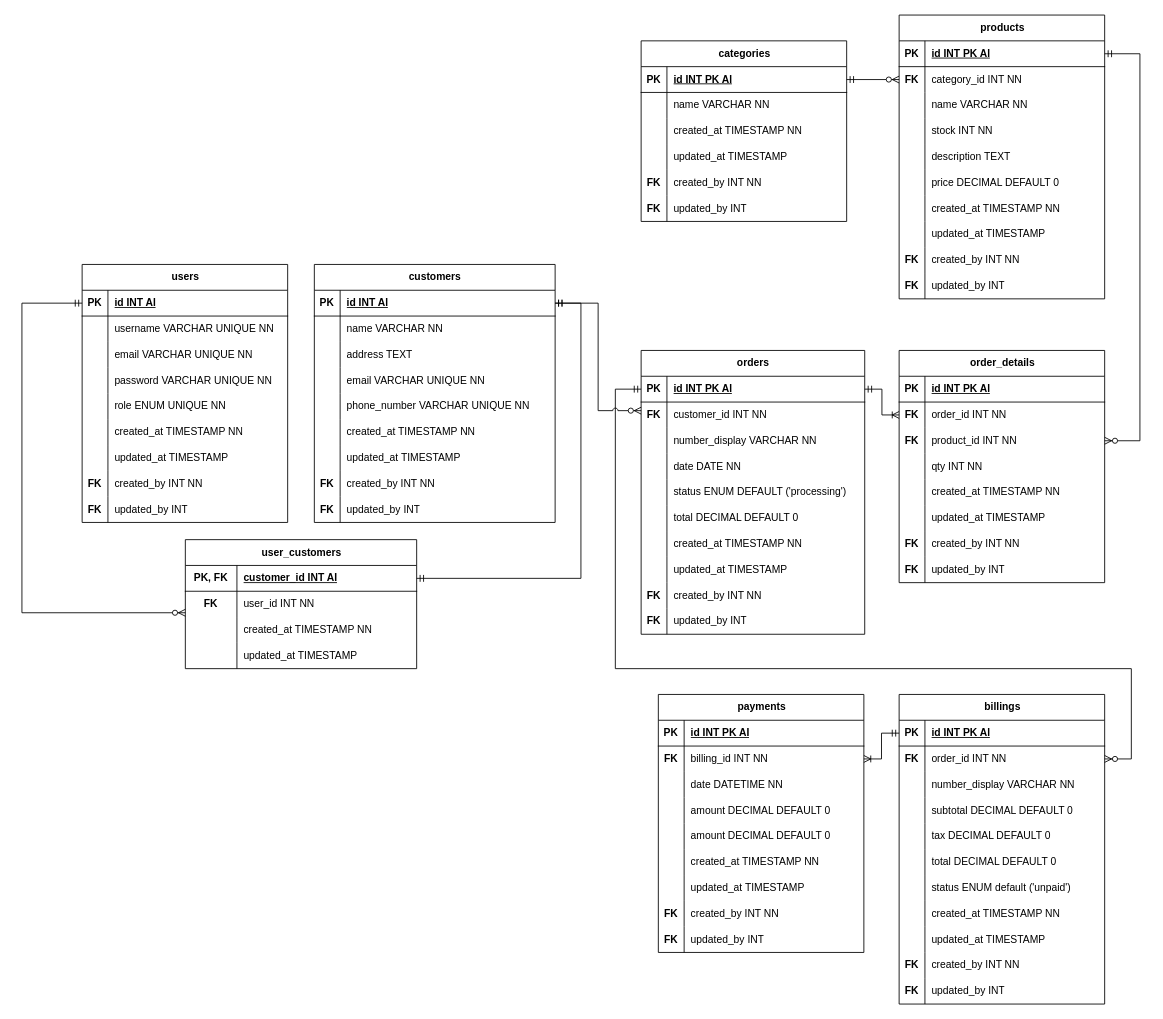
embapge/hacktiv8_p1_pair_project keeps this draw.io diagram as ERD.drawio. Above is the earlier version. Source tidied: cells renumbered, new cells numbered last; positions are measured from the earlier drawing's top-left corner, leaving out a move shared by most shapes. Both pictures are drawn from the tidied source at 86%, with x=0, y=0 at pixel (22, 15).
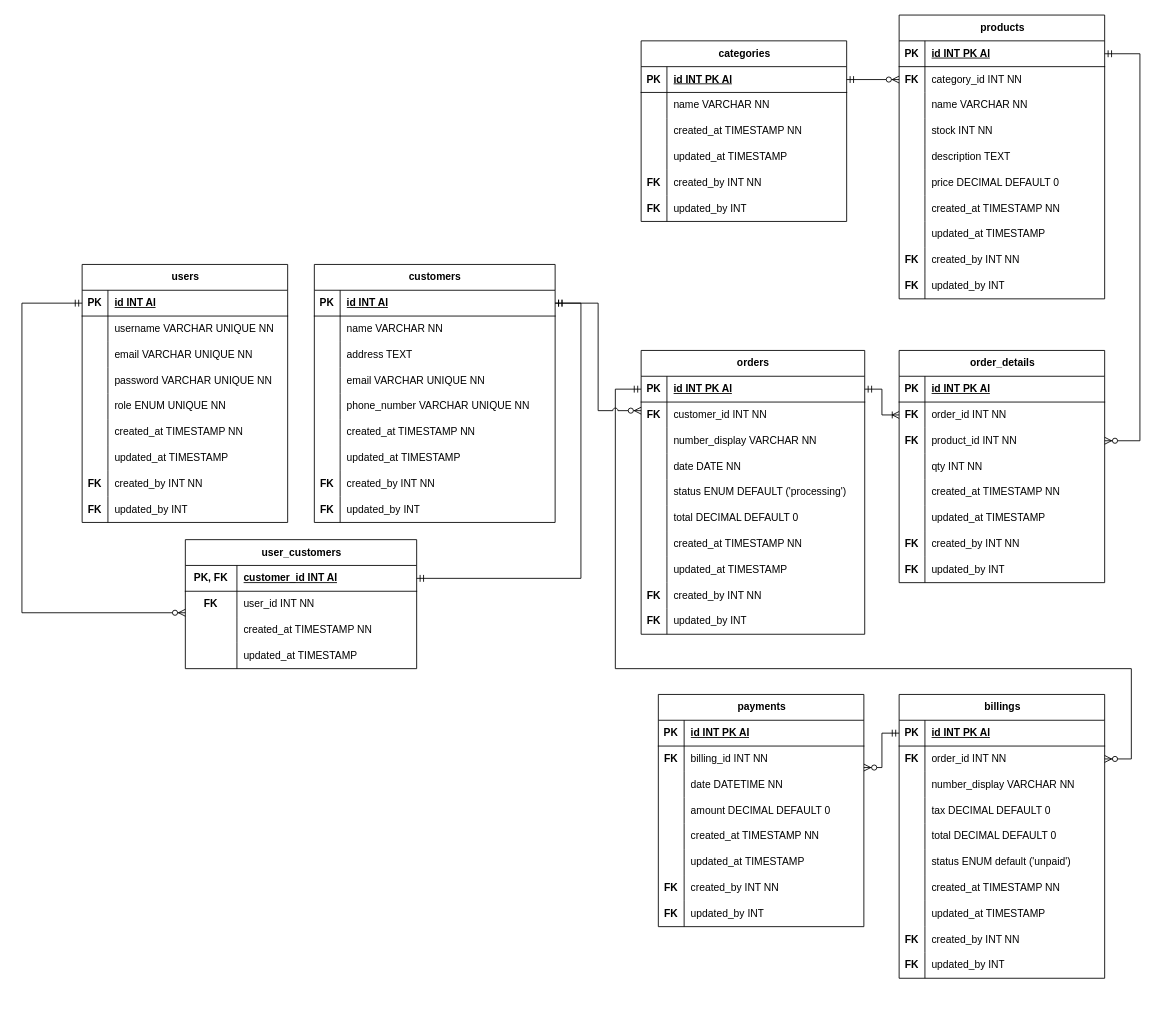
Above is the later version.

The change refers to these unchanged cells:
```xml
<mxCell id="178" style="shape=tableRow;horizontal=0;startSize=0;swimlaneHead=0;swimlaneBody=0;fillColor=none;points=[[0,0.5],[1,0.5]];portConstraint=eastwest;top=0;left=0;right=0;bottom=1;" parent="177" vertex="1">
  <mxGeometry y="30" width="239" height="30" as="geometry" />
</mxCell>
<mxCell id="215" style="shape=tableRow;horizontal=0;startSize=0;swimlaneHead=0;swimlaneBody=0;fillColor=none;points=[[0,0.5],[1,0.5]];portConstraint=eastwest;top=0;left=0;right=0;bottom=0;" parent="211" vertex="1">
  <mxGeometry y="60" width="239" height="30" as="geometry" />
</mxCell>
```

The edit, as a diff of the source:
```diff
@@
     <mxCell id="177" value="billings" style="shape=table;startSize=30;childLayout=tableLayout;rowLines=0;fontStyle=1;align=center;html=1;" parent="1" vertex="1">
-      <mxGeometry x="1020" y="790" width="239" height="360" as="geometry" />
+      <mxGeometry x="1020" y="790" width="239" height="330" as="geometry" />
     </mxCell>
@@
-    <mxCell id="187" style="shape=tableRow;horizontal=0;startSize=0;swimlaneHead=0;swimlaneBody=0;fillColor=none;top=0;left=0;right=0;bottom=0;" parent="177" vertex="1">
-      <mxGeometry y="120" width="239" height="30" as="geometry" />
-    </mxCell>
-    <mxCell id="188" style="shape=partialRectangle;fillColor=none;top=0;left=0;bottom=0;right=0;overflow=hidden;whiteSpace=wrap;html=1;" parent="187" vertex="1">
-      <mxGeometry width="30" height="30" as="geometry" />
-    </mxCell>
-    <mxCell id="189" value="subtotal DECIMAL DEFAULT 0" style="shape=partialRectangle;fillColor=none;top=0;left=0;bottom=0;right=0;align=left;spacingLeft=6;overflow=hidden;whiteSpace=wrap;html=1;" parent="187" vertex="1">
-      <mxGeometry x="30" width="209" height="30" as="geometry" />
-    </mxCell>
     <mxCell id="190" style="shape=tableRow;horizontal=0;startSize=0;swimlaneHead=0;swimlaneBody=0;fillColor=none;top=0;left=0;right=0;bottom=0;" parent="177" vertex="1">
-      <mxGeometry y="150" width="239" height="30" as="geometry" />
+      <mxGeometry y="120" width="239" height="30" as="geometry" />
     </mxCell>
@@
     <mxCell id="193" style="shape=tableRow;horizontal=0;startSize=0;swimlaneHead=0;swimlaneBody=0;fillColor=none;top=0;left=0;right=0;bottom=0;" parent="177" vertex="1">
-      <mxGeometry y="180" width="239" height="30" as="geometry" />
+      <mxGeometry y="150" width="239" height="30" as="geometry" />
     </mxCell>
@@
     <mxCell id="196" style="shape=tableRow;horizontal=0;startSize=0;swimlaneHead=0;swimlaneBody=0;fillColor=none;top=0;left=0;right=0;bottom=0;" parent="177" vertex="1">
-      <mxGeometry y="210" width="239" height="30" as="geometry" />
+      <mxGeometry y="180" width="239" height="30" as="geometry" />
     </mxCell>
@@
     <mxCell id="199" style="shape=tableRow;horizontal=0;startSize=0;swimlaneHead=0;swimlaneBody=0;fillColor=none;top=0;left=0;right=0;bottom=0;" parent="177" vertex="1">
-      <mxGeometry y="240" width="239" height="30" as="geometry" />
+      <mxGeometry y="210" width="239" height="30" as="geometry" />
     </mxCell>
@@
     <mxCell id="202" style="shape=tableRow;horizontal=0;startSize=0;swimlaneHead=0;swimlaneBody=0;fillColor=none;top=0;left=0;right=0;bottom=0;" parent="177" vertex="1">
-      <mxGeometry y="270" width="239" height="30" as="geometry" />
+      <mxGeometry y="240" width="239" height="30" as="geometry" />
     </mxCell>
@@
     <mxCell id="205" style="shape=tableRow;horizontal=0;startSize=0;swimlaneHead=0;swimlaneBody=0;fillColor=none;top=0;left=0;right=0;bottom=0;" parent="177" vertex="1">
-      <mxGeometry y="300" width="239" height="30" as="geometry" />
+      <mxGeometry y="270" width="239" height="30" as="geometry" />
     </mxCell>
@@
     <mxCell id="208" style="shape=tableRow;horizontal=0;startSize=0;swimlaneHead=0;swimlaneBody=0;fillColor=none;top=0;left=0;right=0;bottom=0;" parent="177" vertex="1">
-      <mxGeometry y="330" width="239" height="30" as="geometry" />
+      <mxGeometry y="300" width="239" height="30" as="geometry" />
     </mxCell>
@@
     <mxCell id="211" value="payments" style="shape=table;startSize=30;childLayout=tableLayout;rowLines=0;fontStyle=1;align=center;html=1;" parent="1" vertex="1">
-      <mxGeometry x="740" y="790" width="239" height="300" as="geometry" />
+      <mxGeometry x="740" y="790" width="239" height="270" as="geometry" />
     </mxCell>
@@
-    <mxCell id="224" style="shape=tableRow;horizontal=0;startSize=0;swimlaneHead=0;swimlaneBody=0;fillColor=none;top=0;left=0;right=0;bottom=0;" parent="211" vertex="1">
-      <mxGeometry y="150" width="239" height="30" as="geometry" />
-    </mxCell>
-    <mxCell id="225" style="shape=partialRectangle;fillColor=none;top=0;left=0;bottom=0;right=0;overflow=hidden;whiteSpace=wrap;html=1;" parent="224" vertex="1">
-      <mxGeometry width="30" height="30" as="geometry" />
-    </mxCell>
-    <mxCell id="226" value="amount DECIMAL DEFAULT 0" style="shape=partialRectangle;fillColor=none;top=0;left=0;bottom=0;right=0;align=left;spacingLeft=6;overflow=hidden;whiteSpace=wrap;html=1;" parent="224" vertex="1">
-      <mxGeometry x="30" width="209" height="30" as="geometry" />
-    </mxCell>
     <mxCell id="227" style="shape=tableRow;horizontal=0;startSize=0;swimlaneHead=0;swimlaneBody=0;fillColor=none;top=0;left=0;right=0;bottom=0;" parent="211" vertex="1">
-      <mxGeometry y="180" width="239" height="30" as="geometry" />
+      <mxGeometry y="150" width="239" height="30" as="geometry" />
     </mxCell>
@@
     <mxCell id="230" style="shape=tableRow;horizontal=0;startSize=0;swimlaneHead=0;swimlaneBody=0;fillColor=none;top=0;left=0;right=0;bottom=0;" parent="211" vertex="1">
-      <mxGeometry y="210" width="239" height="30" as="geometry" />
+      <mxGeometry y="180" width="239" height="30" as="geometry" />
     </mxCell>
@@
     <mxCell id="233" style="shape=tableRow;horizontal=0;startSize=0;swimlaneHead=0;swimlaneBody=0;fillColor=none;top=0;left=0;right=0;bottom=0;" parent="211" vertex="1">
-      <mxGeometry y="240" width="239" height="30" as="geometry" />
+      <mxGeometry y="210" width="239" height="30" as="geometry" />
     </mxCell>
@@
     <mxCell id="236" style="shape=tableRow;horizontal=0;startSize=0;swimlaneHead=0;swimlaneBody=0;fillColor=none;top=0;left=0;right=0;bottom=0;" parent="211" vertex="1">
-      <mxGeometry y="270" width="239" height="30" as="geometry" />
+      <mxGeometry y="240" width="239" height="30" as="geometry" />
     </mxCell>
@@
-    <mxCell id="244" style="edgeStyle=orthogonalEdgeStyle;fontSize=12;html=1;endArrow=ERoneToMany;startArrow=ERmandOne;rounded=0;" parent="1" edge="1" source="178" target="215">
-      <mxGeometry relative="1" as="geometry" />
-    </mxCell>
@@
+    <mxCell id="244" style="edgeStyle=orthogonalEdgeStyle;fontSize=12;html=1;endArrow=ERzeroToMany;startArrow=ERmandOne;rounded=0;" parent="1" edge="1" source="178" target="215">
+      <mxGeometry relative="1" as="geometry">
+        <Array as="points">
+          <mxPoint x="1000" y="835" />
+          <mxPoint x="1000" y="875" />
+        </Array>
+      </mxGeometry>
+    </mxCell>
```
